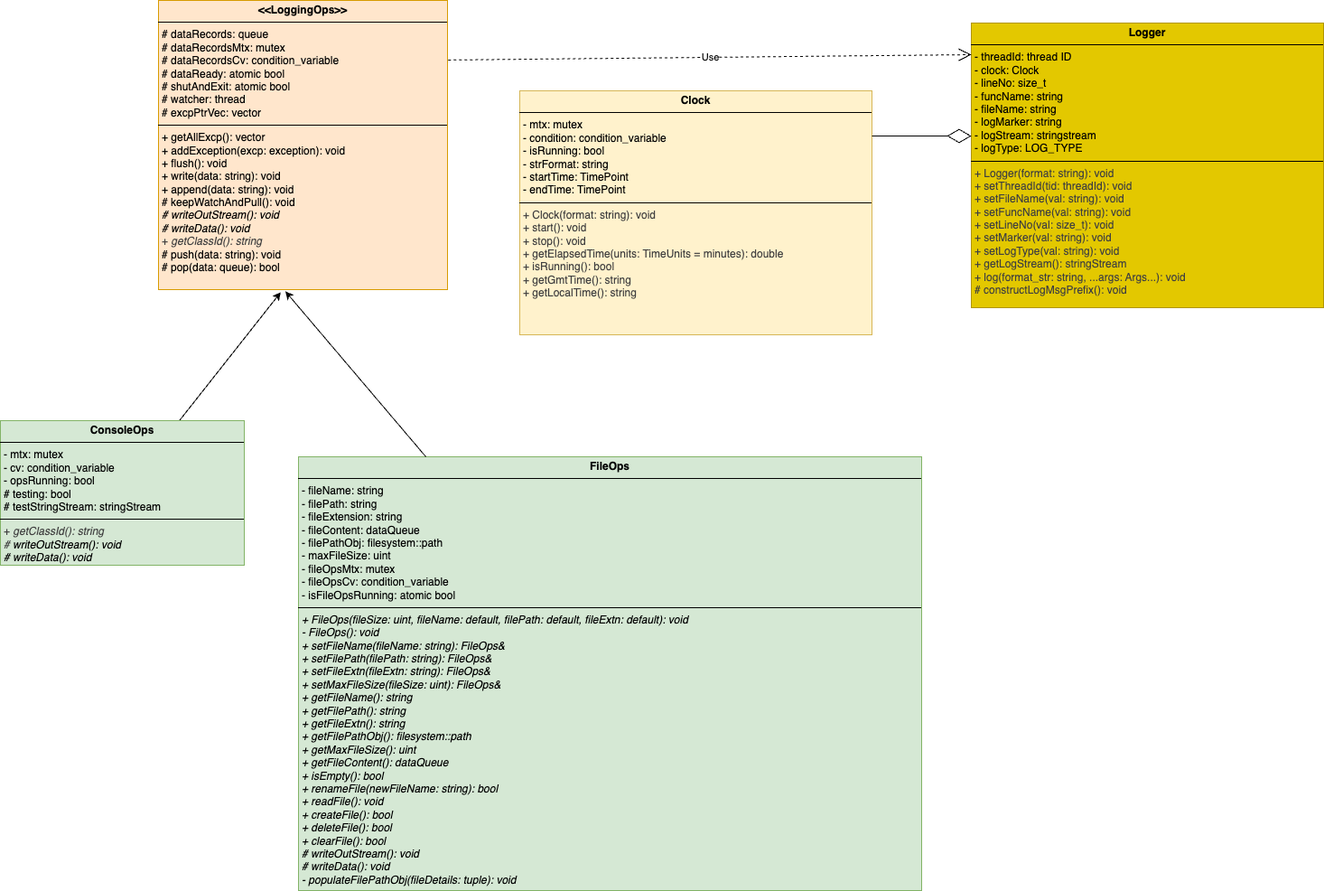
This is ClassDiagram.drawio.png from SwarnenduRC/Logger, a draw.io export, as it was before one commit. Source tidied: cells renumbered, new cells last; positions are measured from the earlier drawing's top-left corner, leaving out a move shared by most shapes.
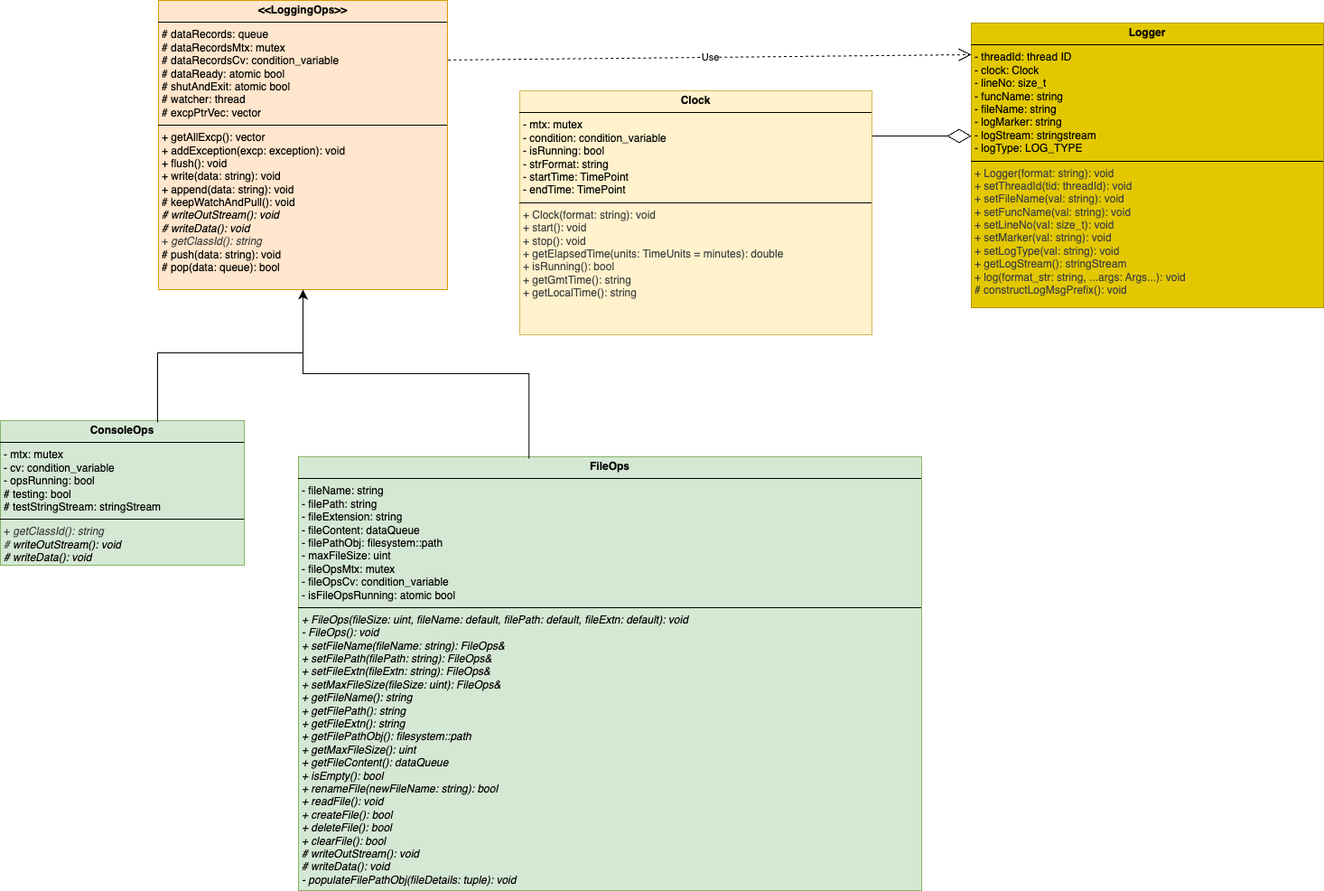
After the commit.

Commit message:
Class diagram slightly modified

Diff of the diagram source:
```diff
@@ -5,9 +5,6 @@
     <mxCell id="2" value="&lt;p style=&quot;margin:0px;margin-top:4px;text-align:center;&quot;&gt;&lt;b&gt;&amp;lt;&amp;lt;LoggingOps&amp;gt;&amp;gt;&lt;/b&gt;&lt;/p&gt;&lt;hr size=&quot;1&quot; style=&quot;border-style:solid;&quot;&gt;&lt;p style=&quot;margin:0px;margin-left:4px;&quot;&gt;# dataRecords: queue&lt;/p&gt;&lt;p style=&quot;margin:0px;margin-left:4px;&quot;&gt;# dataRecordsMtx: mutex&lt;/p&gt;&lt;p style=&quot;margin:0px;margin-left:4px;&quot;&gt;# dataRecordsCv: condition_variable&lt;/p&gt;&lt;p style=&quot;margin:0px;margin-left:4px;&quot;&gt;# dataReady: atomic bool&lt;/p&gt;&lt;p style=&quot;margin:0px;margin-left:4px;&quot;&gt;# shutAndExit: atomic bool&lt;/p&gt;&lt;p style=&quot;margin:0px;margin-left:4px;&quot;&gt;# watcher: thread&lt;/p&gt;&lt;p style=&quot;margin:0px;margin-left:4px;&quot;&gt;# excpPtrVec: vector&lt;/p&gt;&lt;hr size=&quot;1&quot; style=&quot;border-style:solid;&quot;&gt;&lt;p style=&quot;margin: 0px 0px 0px 4px;&quot;&gt;+ getAllExcp(): vector&lt;/p&gt;&lt;p style=&quot;margin: 0px 0px 0px 4px;&quot;&gt;+ addException(excp: exception): void&lt;/p&gt;&lt;p style=&quot;margin: 0px 0px 0px 4px;&quot;&gt;+ flush(): void&lt;/p&gt;&lt;p style=&quot;margin: 0px 0px 0px 4px;&quot;&gt;+ write(data: string): void&lt;/p&gt;&lt;p style=&quot;margin: 0px 0px 0px 4px;&quot;&gt;+ append(data: string): void&lt;/p&gt;&lt;p style=&quot;margin: 0px 0px 0px 4px;&quot;&gt;# keepWatchAndPull(): void&lt;/p&gt;&lt;p style=&quot;margin: 0px 0px 0px 4px;&quot;&gt;&lt;i&gt;# writeOutStream(): void&lt;/i&gt;&lt;/p&gt;&lt;p style=&quot;margin: 0px 0px 0px 4px;&quot;&gt;&lt;i&gt;# writeData(): void&lt;/i&gt;&lt;/p&gt;&lt;p style=&quot;margin: 0px 0px 0px 4px;&quot;&gt;&lt;span style=&quot;color: rgb(63, 63, 63);&quot;&gt;+&amp;nbsp;&lt;/span&gt;&lt;i style=&quot;color: rgb(63, 63, 63);&quot;&gt;getClassId(): string&lt;/i&gt;&lt;i&gt;&lt;/i&gt;&lt;/p&gt;&lt;p style=&quot;margin: 0px 0px 0px 4px;&quot;&gt;# push(data: string): void&lt;/p&gt;&lt;p style=&quot;margin: 0px 0px 0px 4px;&quot;&gt;# pop(data: queue): bool&lt;/p&gt;&lt;p style=&quot;margin: 0px 0px 0px 4px;&quot;&gt;&lt;i&gt;&lt;br&gt;&lt;/i&gt;&lt;/p&gt;" style="verticalAlign=top;align=left;overflow=fill;html=1;whiteSpace=wrap;fillColor=#ffe6cc;strokeColor=#d79b00;direction=south;" parent="1" vertex="1">
       <mxGeometry x="175" width="320" height="320" as="geometry" />
     </mxCell>
-    <mxCell id="3" style="edgeStyle=none;html=1;entryX=1.009;entryY=0.577;entryDx=0;entryDy=0;entryPerimeter=0;" parent="1" edge="1" source="4" target="2">
-      <mxGeometry relative="1" as="geometry" />
-    </mxCell>
     <mxCell id="4" value="&lt;p style=&quot;margin:0px;margin-top:4px;text-align:center;&quot;&gt;&lt;b&gt;ConsoleOps&lt;/b&gt;&lt;/p&gt;&lt;hr size=&quot;1&quot; style=&quot;border-style:solid;&quot;&gt;&lt;p style=&quot;margin:0px;margin-left:4px;&quot;&gt;- mtx: mutex&lt;/p&gt;&lt;p style=&quot;margin:0px;margin-left:4px;&quot;&gt;- cv: condition_variable&lt;/p&gt;&lt;p style=&quot;margin:0px;margin-left:4px;&quot;&gt;- opsRunning: bool&lt;/p&gt;&lt;p style=&quot;margin:0px;margin-left:4px;&quot;&gt;# testing: bool&lt;/p&gt;&lt;p style=&quot;margin:0px;margin-left:4px;&quot;&gt;# testStringStream: stringStream&lt;/p&gt;&lt;hr size=&quot;1&quot; style=&quot;border-style:solid;&quot;&gt;&lt;p style=&quot;margin:0px;margin-left:4px;&quot;&gt;&lt;span style=&quot;color: rgb(63, 63, 63);&quot;&gt;+&amp;nbsp;&lt;/span&gt;&lt;i style=&quot;color: rgb(63, 63, 63);&quot;&gt;getClassId(): string&lt;/i&gt;&lt;/p&gt;&lt;p style=&quot;margin:0px;margin-left:4px;&quot;&gt;&lt;i style=&quot;color: rgb(63, 63, 63);&quot;&gt;#&amp;nbsp;&lt;/i&gt;&lt;i style=&quot;background-color: transparent;&quot;&gt;writeOutStream(): void&lt;/i&gt;&lt;/p&gt;&lt;p style=&quot;margin: 0px 0px 0px 4px;&quot;&gt;&lt;i&gt;# writeData(): void&lt;/i&gt;&lt;/p&gt;" style="verticalAlign=top;align=left;overflow=fill;html=1;whiteSpace=wrap;fillColor=#d5e8d4;strokeColor=#82b366;direction=south;" parent="1" vertex="1">
       <mxGeometry y="465" width="270" height="160" as="geometry" />
     </mxCell>
@@ -17,9 +14,6 @@
     <mxCell id="6" value="&lt;p style=&quot;margin:0px;margin-top:4px;text-align:center;&quot;&gt;&lt;b&gt;Clock&lt;/b&gt;&lt;/p&gt;&lt;hr size=&quot;1&quot; style=&quot;border-style:solid;&quot;&gt;&lt;p style=&quot;margin:0px;margin-left:4px;&quot;&gt;- mtx: mutex&lt;/p&gt;&lt;p style=&quot;margin:0px;margin-left:4px;&quot;&gt;- condition: condition_variable&lt;/p&gt;&lt;p style=&quot;margin:0px;margin-left:4px;&quot;&gt;- isRunning: bool&lt;/p&gt;&lt;p style=&quot;margin:0px;margin-left:4px;&quot;&gt;- strFormat: string&lt;/p&gt;&lt;p style=&quot;margin:0px;margin-left:4px;&quot;&gt;- startTime: TimePoint&lt;/p&gt;&lt;p style=&quot;margin:0px;margin-left:4px;&quot;&gt;- endTime: TimePoint&lt;/p&gt;&lt;hr size=&quot;1&quot; style=&quot;border-style:solid;&quot;&gt;&lt;p style=&quot;margin:0px;margin-left:4px;&quot;&gt;&lt;span style=&quot;color: rgb(63, 63, 63);&quot;&gt;+ Clock(format: string): void&lt;/span&gt;&lt;/p&gt;&lt;p style=&quot;margin:0px;margin-left:4px;&quot;&gt;&lt;span style=&quot;color: rgb(63, 63, 63);&quot;&gt;+ start(): void&lt;/span&gt;&lt;/p&gt;&lt;p style=&quot;margin:0px;margin-left:4px;&quot;&gt;&lt;span style=&quot;color: rgb(63, 63, 63);&quot;&gt;+ stop(): void&lt;/span&gt;&lt;/p&gt;&lt;p style=&quot;margin:0px;margin-left:4px;&quot;&gt;&lt;span style=&quot;color: rgb(63, 63, 63);&quot;&gt;+ getElapsedTime(units: TimeUnits = minutes): double&lt;/span&gt;&lt;/p&gt;&lt;p style=&quot;margin:0px;margin-left:4px;&quot;&gt;&lt;span style=&quot;color: rgb(63, 63, 63);&quot;&gt;+ isRunning(): bool&lt;/span&gt;&lt;/p&gt;&lt;p style=&quot;margin:0px;margin-left:4px;&quot;&gt;&lt;span style=&quot;color: rgb(63, 63, 63);&quot;&gt;+ getGmtTime(): string&lt;/span&gt;&lt;/p&gt;&lt;p style=&quot;margin:0px;margin-left:4px;&quot;&gt;&lt;span style=&quot;color: rgb(63, 63, 63);&quot;&gt;+ getLocalTime(): string&lt;/span&gt;&lt;/p&gt;" style="verticalAlign=top;align=left;overflow=fill;html=1;whiteSpace=wrap;fillColor=#fff2cc;strokeColor=#d6b656;direction=west;" parent="1" vertex="1">
       <mxGeometry x="575" y="100" width="390" height="270" as="geometry" />
     </mxCell>
-    <mxCell id="7" style="edgeStyle=none;html=1;entryX=1.006;entryY=0.561;entryDx=0;entryDy=0;entryPerimeter=0;" parent="1" edge="1" source="5" target="2">
-      <mxGeometry relative="1" as="geometry" />
-    </mxCell>
     <mxCell id="8" value="&lt;p style=&quot;margin:0px;margin-top:4px;text-align:center;&quot;&gt;&lt;b&gt;Logger&lt;/b&gt;&lt;/p&gt;&lt;hr size=&quot;1&quot; style=&quot;border-style:solid;&quot;&gt;&lt;p style=&quot;margin:0px;margin-left:4px;&quot;&gt;- threadId: thread ID&lt;/p&gt;&lt;p style=&quot;margin:0px;margin-left:4px;&quot;&gt;- clock: Clock&lt;/p&gt;&lt;p style=&quot;margin:0px;margin-left:4px;&quot;&gt;- lineNo: size_t&lt;/p&gt;&lt;p style=&quot;margin:0px;margin-left:4px;&quot;&gt;- funcName: string&lt;/p&gt;&lt;p style=&quot;margin:0px;margin-left:4px;&quot;&gt;- fileName: string&lt;/p&gt;&lt;p style=&quot;margin:0px;margin-left:4px;&quot;&gt;- logMarker: string&lt;br&gt;&lt;/p&gt;&lt;p style=&quot;margin:0px;margin-left:4px;&quot;&gt;- logStream: stringstream&lt;/p&gt;&lt;p style=&quot;margin:0px;margin-left:4px;&quot;&gt;- logType: LOG_TYPE&lt;/p&gt;&lt;hr size=&quot;1&quot; style=&quot;border-style:solid;&quot;&gt;&lt;p style=&quot;margin:0px;margin-left:4px;&quot;&gt;&lt;span style=&quot;color: rgb(63, 63, 63);&quot;&gt;+ Logger(format: string): void&lt;/span&gt;&lt;/p&gt;&lt;p style=&quot;margin:0px;margin-left:4px;&quot;&gt;&lt;span style=&quot;color: rgb(63, 63, 63);&quot;&gt;+ setThreadId(tid: threadId): void&lt;/span&gt;&lt;/p&gt;&lt;p style=&quot;margin:0px;margin-left:4px;&quot;&gt;&lt;span style=&quot;color: rgb(63, 63, 63);&quot;&gt;+ setFileName(val: string): void&lt;/span&gt;&lt;/p&gt;&lt;p style=&quot;margin:0px;margin-left:4px;&quot;&gt;&lt;span style=&quot;color: rgb(63, 63, 63);&quot;&gt;+ setFuncName(val: string): void&lt;/span&gt;&lt;/p&gt;&lt;p style=&quot;margin:0px;margin-left:4px;&quot;&gt;&lt;span style=&quot;color: rgb(63, 63, 63);&quot;&gt;+ setLineNo(val: size_t): void&lt;/span&gt;&lt;/p&gt;&lt;p style=&quot;margin:0px;margin-left:4px;&quot;&gt;&lt;span style=&quot;color: rgb(63, 63, 63);&quot;&gt;+ setMarker(val: string): void&lt;/span&gt;&lt;/p&gt;&lt;p style=&quot;margin:0px;margin-left:4px;&quot;&gt;&lt;span style=&quot;color: rgb(63, 63, 63);&quot;&gt;+ setLogType(val: string): void&lt;/span&gt;&lt;/p&gt;&lt;p style=&quot;margin:0px;margin-left:4px;&quot;&gt;&lt;span style=&quot;color: rgb(63, 63, 63);&quot;&gt;+ getLogStream(): stringStream&lt;/span&gt;&lt;/p&gt;&lt;p style=&quot;margin:0px;margin-left:4px;&quot;&gt;&lt;span style=&quot;color: rgb(63, 63, 63);&quot;&gt;+ log(format_str: string, ...args: Args...): void&lt;/span&gt;&lt;/p&gt;&lt;p style=&quot;margin:0px;margin-left:4px;&quot;&gt;&lt;span style=&quot;color: rgb(63, 63, 63);&quot;&gt;# constructLogMsgPrefix(): void&lt;/span&gt;&lt;/p&gt;" style="verticalAlign=top;align=left;overflow=fill;html=1;whiteSpace=wrap;fillColor=#e3c800;strokeColor=#B09500;direction=east;fontColor=#000000;" parent="1" vertex="1">
       <mxGeometry x="1075" y="25" width="390" height="315" as="geometry" />
     </mxCell>
@@ -34,5 +28,16 @@
         <mxPoint x="1075" y="60" as="targetPoint" />
       </mxGeometry>
     </mxCell>
+    <mxCell id="11" style="edgeStyle=elbowEdgeStyle;elbow=vertical;endArrow=classic;html=1;curved=0;rounded=0;endSize=8;startSize=8;exitX=0.013;exitY=0.356;exitDx=0;exitDy=0;exitPerimeter=0;" parent="1" edge="1" source="4">
+      <mxGeometry relative="1" as="geometry">
+        <mxPoint x="335" y="320" as="targetPoint" />
+        <Array as="points">
+          <mxPoint x="335" y="390" />
+        </Array>
+      </mxGeometry>
+    </mxCell>
+    <mxCell id="7" style="edgeStyle=elbowEdgeStyle;elbow=vertical;endArrow=classic;html=1;curved=0;rounded=0;endSize=8;startSize=8;exitX=0.63;exitY=0.996;exitDx=0;exitDy=0;exitPerimeter=0;entryX=1;entryY=0.5;entryDx=0;entryDy=0;" parent="1" edge="1" source="5" target="2">
+      <mxGeometry relative="1" as="geometry" />
+    </mxCell>
   </root>
 </mxGraphModel>
```
